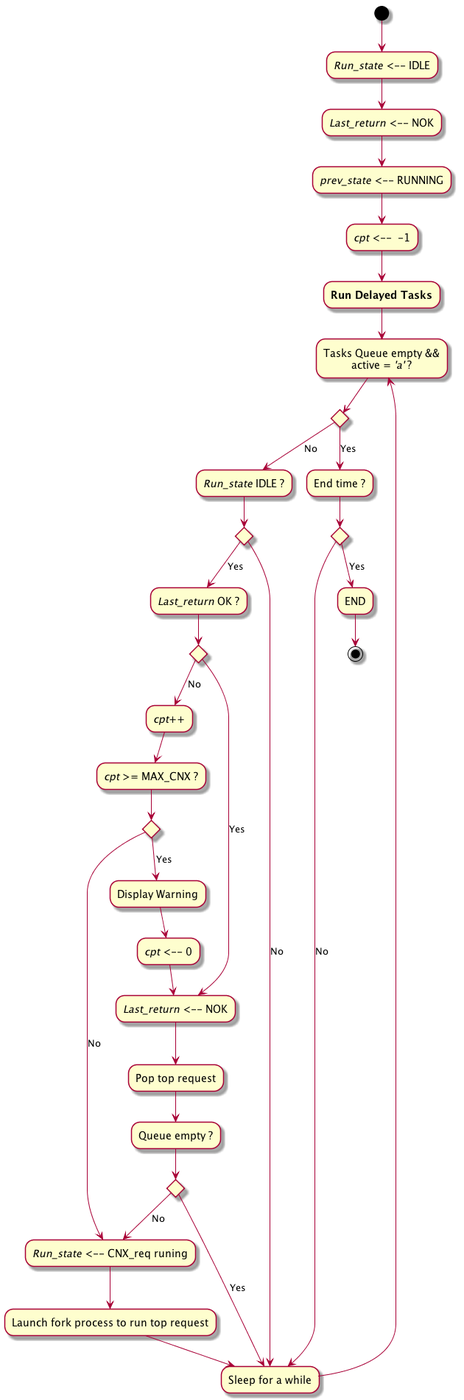
Earlier version of the PlantUML export doc/UML/Algo_run_tasks_queue.png (tof25/DST).
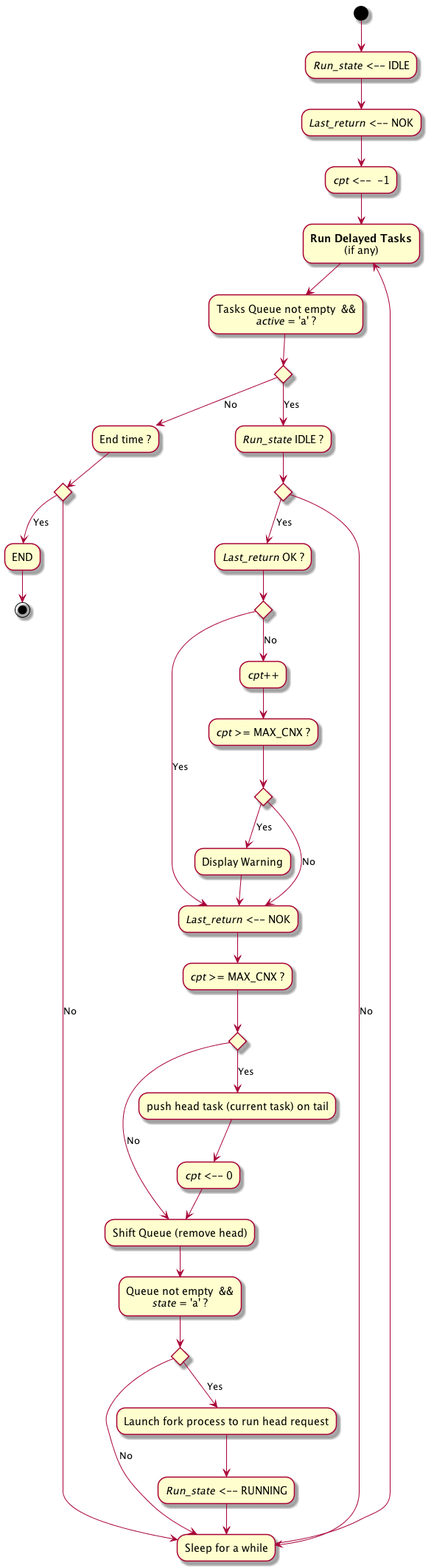
After the change.

Diff of the diagram source:
```diff
@@ -2,14 +2,13 @@
 
 (*top) --> "<i>Run_state</i> <-- IDLE" as init1
 --> "<i>Last_return</i> <-- NOK" as init2
---> "<i>prev_state</i> <-- RUNNING" as init4
 --> "<i>cpt</i> <--  -1" as init3
 
---> "<b>Run Delayed Tasks</b>"
---> "Tasks Queue empty &&\nactive = <i>'a'</i> ?" as q1
+--> "<b>Run Delayed Tasks</b>\n(if any)" as q1
+--> "Tasks Queue not empty  &&\n<i>active</i> = 'a' ?"
 
 if "" then
-    -->[Yes] "End time ?"
+    -->[No] "End time ?"
     if "" then
         -->[Yes] "END"
         -->(*)
@@ -18,29 +17,35 @@
         --> q1
     endif
 else
-    -->[No] "<i>Run_state</i> IDLE ?"
+    -->[Yes] "<i>Run_state</i> IDLE ?"
     if "" then
         -->[Yes] "<i>Last_return</i> OK ?"
         if "" then
             -->[Yes] "<i>Last_return</i> <-- NOK" as run2
-            --> "Pop top request"
-            --> "Queue empty ?" as q2
+            --> "<i>cpt</i> >= MAX_CNX ?" as cond1
             if "" then
-                -->[Yes] s1
+                -->[No] "Shift Queue (remove head)" as sq1
             else
-                -->[No] "<i>Run_state</i> <-- CNX_req runing" as run1
-                --> "Launch fork process to run top request"
+                -->[Yes] push head task (current task) on tail
+                --> "<i>cpt</i> <-- 0"
+                --> sq1
+            endif
+            --> "Queue not empty  &&\n<i>state</i> = 'a' ?" as q2
+            if "" then
+                -->[No] s1
+            else
+                -->[Yes] "Launch fork process to run head request"
+                --> "<i>Run_state</i> <-- RUNNING" as run1
                 --> s1
             endif
         else
             -->[No] "<i>cpt</i>++"
-            --> "<i>cpt</i> >= MAX_CNX ?"
+            --> "<i>cpt</i> >= MAX_CNX ?" as cond2
             if "" then
                 -->[Yes] "Display Warning"
-                --> "<i>cpt</i> <-- 0"
                 --> run2
             else
-                -->[No] run1
+                -->[No] run2
             endif
         endif
     else
```
